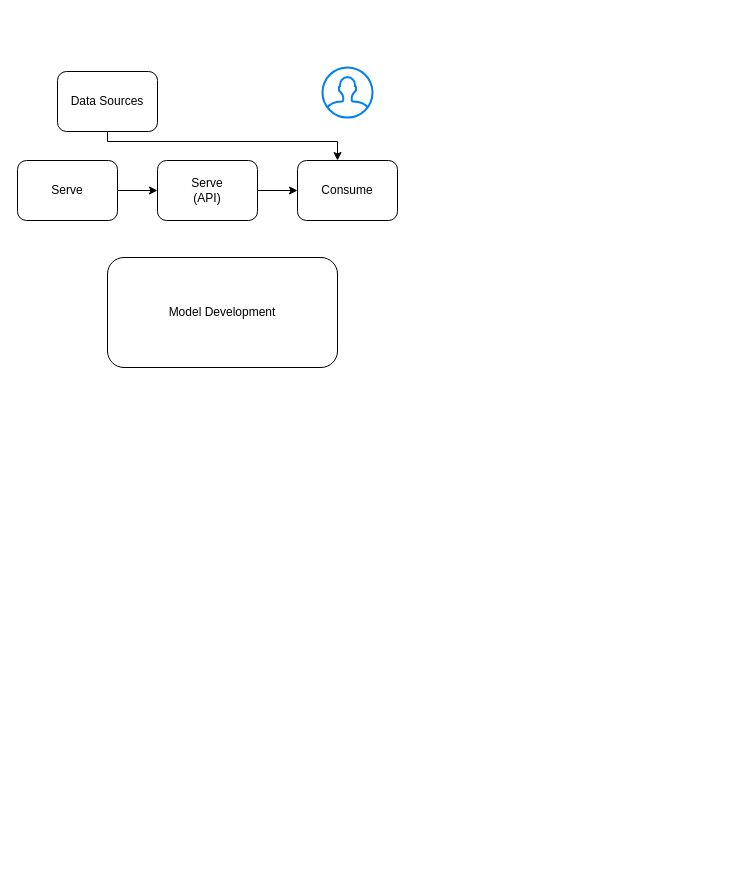
This is data_science_workflow.drawio from denezt/data-pipeline, a draw.io file, before an edit. Source tidied: cells renumbered, new cells numbered last; positions are measured from the earlier drawing's top-left corner, leaving out a move shared by most shapes. Both pictures are drawn from the tidied source at 100%, with x=0, y=0 at pixel (17, 67).
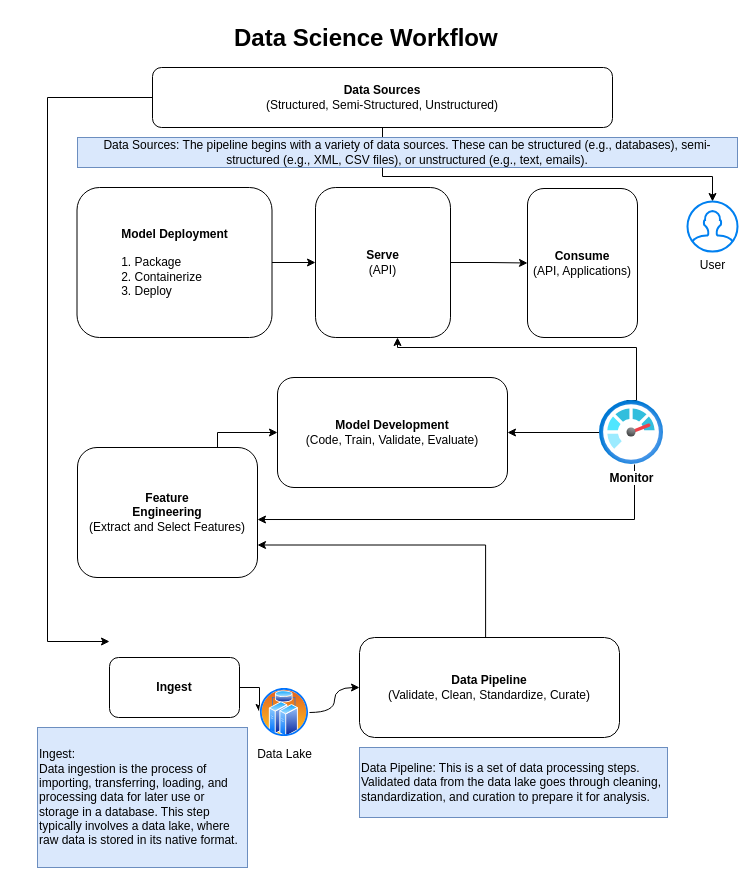
The same diagram, later.

Diff of the diagram source:
```diff
@@
-    <mxCell id="2" value="Data Sources" style="rounded=1;whiteSpace=wrap;html=1;" parent="1" vertex="1">
-      <mxGeometry x="40" y="4" width="100" height="60" as="geometry" />
+    <mxCell id="2" value="&lt;b&gt;Data Sources&lt;/b&gt;&lt;div&gt;(Structured, Semi-Structured, Unstructured)&lt;/div&gt;" style="rounded=1;whiteSpace=wrap;html=1;" parent="1" vertex="1">
+      <mxGeometry x="135" width="460" height="60" as="geometry" />
     </mxCell>
+    <mxCell id="11" style="edgeStyle=orthogonalEdgeStyle;rounded=0;jettySize=auto;html=1;exitX=0.5;exitY=1;exitDx=0;exitDy=0;strokeColor=default;" parent="1" edge="1" source="2" target="5">
+      <mxGeometry relative="1" as="geometry">
+        <Array as="points">
+          <mxPoint x="365" y="109" />
+          <mxPoint x="695" y="109" />
+        </Array>
+      </mxGeometry>
+    </mxCell>
-    <mxCell id="3" value="Consume" style="rounded=1;whiteSpace=wrap;html=1;" parent="1" vertex="1">
-      <mxGeometry x="280" y="93" width="100" height="60" as="geometry" />
+    <mxCell id="3" value="&lt;b&gt;Consume&lt;/b&gt;&lt;div&gt;(API, Applications)&lt;/div&gt;" style="rounded=1;whiteSpace=wrap;html=1;" parent="1" vertex="1">
+      <mxGeometry x="510" y="121" width="110" height="149" as="geometry" />
     </mxCell>
-    <mxCell id="4" style="edgeStyle=orthogonalEdgeStyle;rounded=0;jettySize=auto;html=1;entryX=0.4;entryY=0;entryDx=0;entryDy=0;entryPerimeter=0;exitX=0.5;exitY=1;exitDx=0;exitDy=0;" parent="1" edge="1" source="2" target="3">
-      <mxGeometry relative="1" as="geometry">
-        <Array as="points">
-          <mxPoint x="90" y="74" />
-          <mxPoint x="320" y="74" />
-        </Array>
-      </mxGeometry>
-    </mxCell>
-    <mxCell id="5" style="html=1;verticalLabelPosition=bottom;align=center;labelBackgroundColor=#ffffff;verticalAlign=top;strokeWidth=2;strokeColor=#0080F0;shadow=0;dashed=0;shape=mxgraph.ios7.icons.user;" parent="1" vertex="1">
-      <mxGeometry x="305" width="50" height="50" as="geometry" />
+    <mxCell id="5" value="User" style="html=1;verticalLabelPosition=bottom;align=center;labelBackgroundColor=#ffffff;verticalAlign=top;strokeWidth=2;strokeColor=#0080F0;shadow=0;dashed=0;shape=mxgraph.ios7.icons.user;" parent="1" vertex="1">
+      <mxGeometry x="670" y="134" width="50" height="50" as="geometry" />
     </mxCell>
@@
-    <mxCell id="7" value="Serve&lt;div&gt;(API)&lt;/div&gt;" style="rounded=1;whiteSpace=wrap;html=1;" parent="1" vertex="1">
-      <mxGeometry x="140" y="93" width="100" height="60" as="geometry" />
+    <mxCell id="7" value="&lt;b&gt;Serve&lt;/b&gt;&lt;div&gt;(API)&lt;/div&gt;" style="rounded=1;whiteSpace=wrap;html=1;" parent="1" vertex="1">
+      <mxGeometry x="298" y="120" width="135" height="150" as="geometry" />
     </mxCell>
@@
-    <mxCell id="9" value="Serve" style="rounded=1;whiteSpace=wrap;html=1;" parent="1" vertex="1">
-      <mxGeometry y="93" width="100" height="60" as="geometry" />
+    <mxCell id="9" value="&lt;div style=&quot;text-align: left;&quot;&gt;&lt;span style=&quot;background-color: initial;&quot;&gt;&lt;b&gt;Model&amp;nbsp;&lt;/b&gt;&lt;/span&gt;&lt;b style=&quot;background-color: initial; text-align: center;&quot;&gt;Deployment&lt;/b&gt;&lt;/div&gt;&lt;div style=&quot;&quot;&gt;&lt;b&gt;&lt;br&gt;&lt;/b&gt;&lt;/div&gt;&lt;div style=&quot;text-align: left;&quot;&gt;1. Package&lt;/div&gt;&lt;div style=&quot;text-align: left;&quot;&gt;2. Containerize&lt;/div&gt;&lt;div style=&quot;text-align: left;&quot;&gt;3. Deploy&lt;/div&gt;" style="rounded=1;whiteSpace=wrap;html=1;" parent="1" vertex="1">
+      <mxGeometry x="59.5" y="120" width="195" height="150" as="geometry" />
     </mxCell>
-    <mxCell id="10" value="Model Development" style="rounded=1;whiteSpace=wrap;html=1;" parent="1" vertex="1">
-      <mxGeometry x="90" y="190" width="230" height="110" as="geometry" />
+    <mxCell id="10" value="&lt;b&gt;Model Development&lt;/b&gt;&lt;div&gt;(Code, Train, Validate, Evaluate)&lt;/div&gt;" style="rounded=1;whiteSpace=wrap;html=1;" parent="1" vertex="1">
+      <mxGeometry x="260" y="310" width="230" height="110" as="geometry" />
     </mxCell>
+    <mxCell id="12" style="edgeStyle=orthogonalEdgeStyle;rounded=0;jettySize=auto;html=1;entryX=0;entryY=0.5;entryDx=0;entryDy=0;" parent="1" edge="1" source="13" target="10">
+      <mxGeometry relative="1" as="geometry">
+        <Array as="points">
+          <mxPoint x="200" y="365" />
+        </Array>
+      </mxGeometry>
+    </mxCell>
+    <mxCell id="13" value="&lt;b&gt;Feature&lt;/b&gt;&lt;div&gt;&lt;b&gt;Engineering&lt;/b&gt;&lt;/div&gt;&lt;div&gt;(Extract and Select Features)&lt;/div&gt;" style="rounded=1;whiteSpace=wrap;html=1;" parent="1" vertex="1">
+      <mxGeometry x="60" y="380" width="180" height="130" as="geometry" />
+    </mxCell>
+    <mxCell id="14" style="edgeStyle=orthogonalEdgeStyle;rounded=0;jettySize=auto;html=1;exitX=0.422;exitY=0;exitDx=0;exitDy=0;exitPerimeter=0;" parent="1" edge="1" source="17" target="7">
+      <mxGeometry relative="1" as="geometry">
+        <Array as="points">
+          <mxPoint x="619" y="280" />
+          <mxPoint x="380" y="280" />
+        </Array>
+      </mxGeometry>
+    </mxCell>
+    <mxCell id="15" style="edgeStyle=orthogonalEdgeStyle;rounded=0;jettySize=auto;html=1;entryX=1;entryY=0.5;entryDx=0;entryDy=0;" parent="1" edge="1" source="17" target="10">
+      <mxGeometry relative="1" as="geometry" />
+    </mxCell>
+    <mxCell id="16" style="rounded=0;jettySize=auto;html=1;entryX=1;entryY=0.554;entryDx=0;entryDy=0;edgeStyle=orthogonalEdgeStyle;entryPerimeter=0;" parent="1" edge="1" source="17" target="13">
+      <mxGeometry relative="1" as="geometry">
+        <Array as="points">
+          <mxPoint x="617" y="452" />
+        </Array>
+      </mxGeometry>
+    </mxCell>
+    <mxCell id="17" value="&lt;b&gt;Monitor&lt;/b&gt;" style="image;html=1;points=[];align=center;fontSize=12;image=img/lib/azure2/management_governance/Monitor.svg;" parent="1" vertex="1">
+      <mxGeometry x="582" y="333" width="64" height="64" as="geometry" />
+    </mxCell>
+    <mxCell id="18" style="edgeStyle=orthogonalEdgeStyle;rounded=0;jettySize=auto;html=1;entryX=1;entryY=0.75;entryDx=0;entryDy=0;exitX=0.485;exitY=0;exitDx=0;exitDy=0;exitPerimeter=0;" parent="1" edge="1" source="19" target="13">
+      <mxGeometry relative="1" as="geometry" />
+    </mxCell>
+    <mxCell id="19" value="&lt;b&gt;Data Pipeline&lt;/b&gt;&lt;div&gt;(Validate, Clean, Standardize, Curate)&lt;/div&gt;" style="rounded=1;whiteSpace=wrap;html=1;" parent="1" vertex="1">
+      <mxGeometry x="342" y="570" width="260" height="100" as="geometry" />
+    </mxCell>
+    <mxCell id="20" style="edgeStyle=orthogonalEdgeStyle;rounded=0;jettySize=auto;html=1;" parent="1" edge="1" source="21" target="23">
+      <mxGeometry relative="1" as="geometry" />
+    </mxCell>
+    <mxCell id="21" value="&lt;b&gt;Ingest&lt;/b&gt;" style="rounded=1;whiteSpace=wrap;html=1;" parent="1" vertex="1">
+      <mxGeometry x="92" y="590" width="130" height="60" as="geometry" />
+    </mxCell>
+    <mxCell id="22" style="edgeStyle=orthogonalEdgeStyle;rounded=0;jettySize=auto;html=1;curved=1;" parent="1" edge="1" source="23" target="19">
+      <mxGeometry relative="1" as="geometry" />
+    </mxCell>
+    <mxCell id="23" value="Data Lake" style="image;perimeter=ellipsePerimeter;html=1;align=center;shadow=0;dashed=0;spacingTop=3;image=img/lib/active_directory/cluster_server.svg;" parent="1" vertex="1">
+      <mxGeometry x="242" y="620" width="50" height="50" as="geometry" />
+    </mxCell>
+    <mxCell id="24" style="edgeStyle=orthogonalEdgeStyle;rounded=0;jettySize=auto;html=1;entryX=0;entryY=0.4;entryDx=0;entryDy=0;exitX=0;exitY=0.5;exitDx=0;exitDy=0;entryPerimeter=0;" parent="1" edge="1" source="2">
+      <mxGeometry relative="1" as="geometry">
+        <mxPoint x="92" y="574" as="targetPoint" />
+        <Array as="points">
+          <mxPoint x="30" y="30" />
+          <mxPoint x="30" y="574" />
+        </Array>
+      </mxGeometry>
+    </mxCell>
+    <mxCell id="25" value="&lt;h1 style=&quot;margin-top: 0px;&quot;&gt;Data Science Workflow&amp;nbsp;&lt;/h1&gt;&lt;div&gt;&lt;br&gt;&lt;/div&gt;&lt;p&gt;&lt;br&gt;&lt;/p&gt;" style="text;html=1;whiteSpace=wrap;overflow=hidden;rounded=0;" parent="1" vertex="1">
+      <mxGeometry x="215" y="-50" width="300" height="40" as="geometry" />
+    </mxCell>
+    <mxCell id="26" value="Data Sources: The pipeline begins with a variety of data sources. These can be structured (e.g., databases), semi-structured (e.g., XML, CSV files), or unstructured (e.g., text, emails)." style="text;html=1;align=center;verticalAlign=middle;whiteSpace=wrap;rounded=0;fillColor=#dae8fc;strokeColor=#6c8ebf;" parent="1" vertex="1">
+      <mxGeometry x="60" y="70" width="660" height="30" as="geometry" />
+    </mxCell>
+    <mxCell id="27" value="&lt;div style=&quot;&quot;&gt;&lt;span style=&quot;background-color: initial;&quot;&gt;Ingest:&amp;nbsp;&lt;/span&gt;&lt;/div&gt;&lt;div style=&quot;&quot;&gt;&lt;span style=&quot;background-color: initial;&quot;&gt;Data ingestion is the process of importing, transferring, loading, and processing data for later use or storage in a database. This step typically involves a data lake, where raw data is stored in its native format.&lt;/span&gt;&lt;/div&gt;" style="text;html=1;align=left;verticalAlign=middle;whiteSpace=wrap;rounded=0;fillColor=#dae8fc;strokeColor=#6c8ebf;" parent="1" vertex="1">
+      <mxGeometry x="20" y="660" width="210" height="140" as="geometry" />
+    </mxCell>
+    <mxCell id="28" value="&lt;div style=&quot;&quot;&gt;Data Pipeline: This is a set of data processing steps. Validated data from the data lake goes through cleaning, standardization, and curation to prepare it for analysis.&lt;br&gt;&lt;/div&gt;" style="text;html=1;align=left;verticalAlign=middle;whiteSpace=wrap;rounded=0;fillColor=#dae8fc;strokeColor=#6c8ebf;" parent="1" vertex="1">
+      <mxGeometry x="342" y="680" width="308" height="70" as="geometry" />
+    </mxCell>
```
